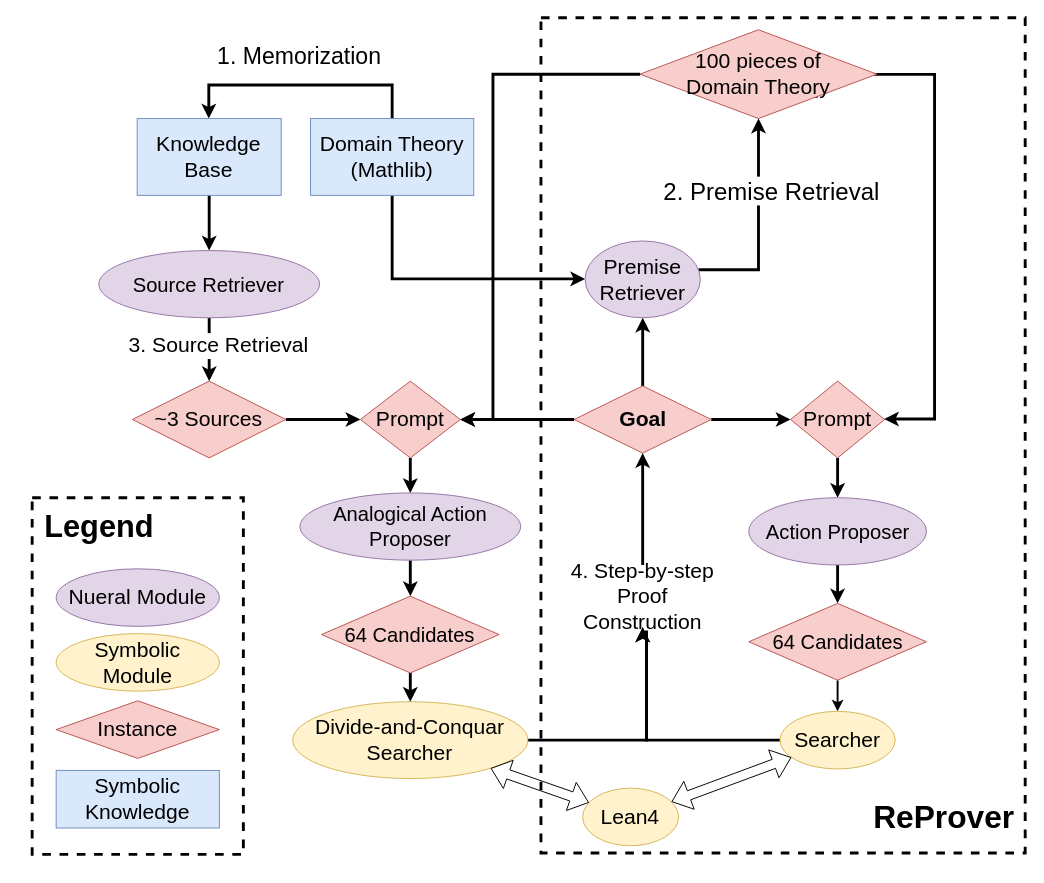
Earlier version of the draw.io diagram figs/analogyTP.drawio (zoryzhang/Slides). Source tidied: cells renumbered, new cells numbered last; positions are measured from the earlier drawing's top-left corner, leaving out a move shared by most shapes. Both pictures are drawn from the tidied source at 96%, with x=0, y=0 at pixel (32, 17).
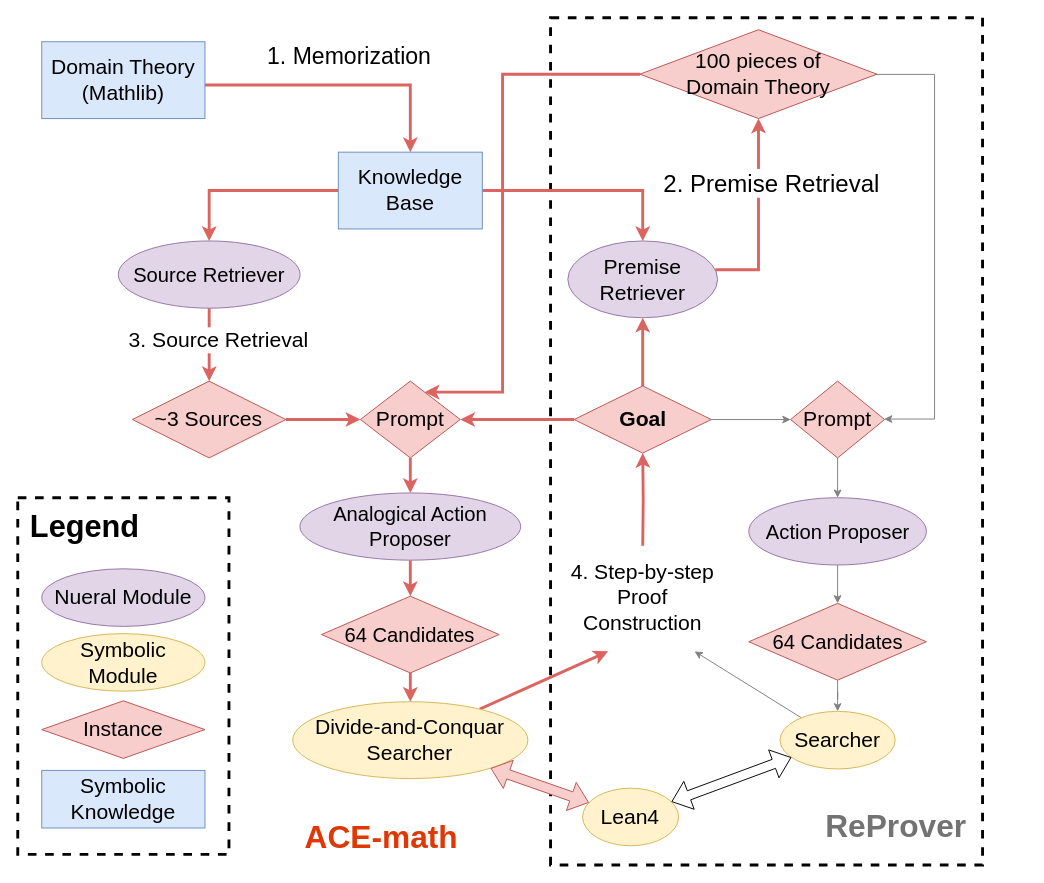
After the change.

The change refers to these unchanged cells:
```xml
<mxCell id="16" value="&lt;font style=&quot;font-size: 22px;&quot;&gt;&lt;b style=&quot;font-size: 22px;&quot;&gt;Goal&lt;/b&gt;&lt;/font&gt;" style="rhombus;whiteSpace=wrap;html=1;fontStyle=0;fillColor=#f8cecc;strokeColor=#b85450;fontSize=22;" parent="1" vertex="1">
  <mxGeometry x="564.5" y="383.5" width="142.9" height="70" as="geometry" />
</mxCell>
<mxCell id="21" value="Prompt" style="rhombus;whiteSpace=wrap;html=1;fillColor=#f8cecc;strokeColor=#b85450;fontSize=22;" parent="1" vertex="1">
  <mxGeometry x="790" y="378.5" width="98" height="80" as="geometry" />
</mxCell>
<mxCell id="23" value="Action Proposer" style="ellipse;whiteSpace=wrap;html=1;fillColor=#e1d5e7;strokeColor=#9673a6;fontSize=21;" parent="1" vertex="1">
  <mxGeometry x="746.5" y="500" width="185" height="70" as="geometry" />
</mxCell>
<mxCell id="25" value="64 Candidates" style="rhombus;whiteSpace=wrap;html=1;fillColor=#f8cecc;strokeColor=#b85450;fontSize=21;" parent="1" vertex="1">
  <mxGeometry x="746.5" y="610" width="185" height="80" as="geometry" />
</mxCell>
<mxCell id="27" value="Searcher" style="ellipse;whiteSpace=wrap;html=1;fillColor=#fff2cc;strokeColor=#d6b656;fontSize=22;" parent="1" vertex="1">
  <mxGeometry x="779" y="722.5" width="120" height="60" as="geometry" />
</mxCell>
<mxCell id="28" value="Lean4" style="ellipse;whiteSpace=wrap;html=1;fillColor=#fff2cc;strokeColor=#d6b656;fontSize=22;" parent="1" vertex="1">
  <mxGeometry x="573.4" y="802.5" width="100" height="60" as="geometry" />
</mxCell>
<mxCell id="32" value="100 pieces of &lt;br&gt;Domain Theory" style="rhombus;whiteSpace=wrap;html=1;fillColor=#f8cecc;strokeColor=#b85450;fontSize=22;" parent="1" vertex="1">
  <mxGeometry x="633.1" y="12.5" width="246.9" height="92.5" as="geometry" />
</mxCell>
<mxCell id="36" value="~3 Sources" style="rhombus;whiteSpace=wrap;html=1;fillColor=#f8cecc;strokeColor=#b85450;fontSize=22;" parent="1" vertex="1">
  <mxGeometry x="104.4" y="378.5" width="159.9" height="80" as="geometry" />
</mxCell>
<mxCell id="42" value="Analogical Action Proposer" style="ellipse;whiteSpace=wrap;html=1;fillColor=#e1d5e7;strokeColor=#9673a6;fontSize=21;" parent="1" vertex="1">
  <mxGeometry x="278.9" y="495" width="230" height="70" as="geometry" />
</mxCell>
<mxCell id="44" value="Prompt" style="rhombus;whiteSpace=wrap;html=1;fillColor=#f8cecc;strokeColor=#b85450;fontSize=22;" parent="1" vertex="1">
  <mxGeometry x="341.9" y="378.5" width="104" height="80" as="geometry" />
</mxCell>
<mxCell id="46" value="Divide-and-Conquar Searcher" style="ellipse;whiteSpace=wrap;html=1;fillColor=#fff2cc;strokeColor=#d6b656;fontSize=22;" parent="1" vertex="1">
  <mxGeometry x="271.4" y="712.5" width="245" height="80" as="geometry" />
</mxCell>
<mxCell id="48" value="64 Candidates" style="rhombus;whiteSpace=wrap;html=1;fillColor=#f8cecc;strokeColor=#b85450;fontSize=21;" parent="1" vertex="1">
  <mxGeometry x="301.4" y="602.5" width="185" height="80" as="geometry" />
</mxCell>
```

The edit, as a diff of the source:
```diff
@@
+    <mxCell id="3" style="rounded=0;whiteSpace=wrap;html=1;dashed=1;fillColor=none;strokeWidth=3;fontSize=22;" parent="1" vertex="1">
+      <mxGeometry x="540" width="450" height="882.5" as="geometry" />
+    </mxCell>
     <mxCell id="2" style="rounded=0;whiteSpace=wrap;html=1;dashed=1;fillColor=none;strokeWidth=3;fontSize=21;" parent="1" vertex="1">
-      <mxGeometry y="500" width="220" height="371.5" as="geometry" />
+      <mxGeometry x="-15" y="500" width="220" height="371.5" as="geometry" />
     </mxCell>
-    <mxCell id="3" style="rounded=0;whiteSpace=wrap;html=1;dashed=1;fillColor=none;strokeWidth=3;fontSize=22;" parent="1" vertex="1">
-      <mxGeometry x="530" width="504.4" height="870" as="geometry" />
-    </mxCell>
-    <mxCell id="4" style="edgeStyle=orthogonalEdgeStyle;rounded=0;jettySize=auto;html=1;strokeWidth=3;" parent="1" edge="1" source="7" target="12">
-      <mxGeometry relative="1" as="geometry">
-        <Array as="points">
-          <mxPoint x="375" y="272" />
-        </Array>
-      </mxGeometry>
-    </mxCell>
-    <mxCell id="5" style="edgeStyle=orthogonalEdgeStyle;rounded=0;jettySize=auto;html=1;strokeWidth=3;" parent="1" edge="1" source="7" target="40">
+    <mxCell id="5" style="edgeStyle=orthogonalEdgeStyle;rounded=0;jettySize=auto;html=1;strokeWidth=3;fillColor=#f8cecc;strokeColor=#DB6460;" parent="1" edge="1" source="7" target="40">
       <mxGeometry relative="1" as="geometry">
         <Array as="points">
           <mxPoint x="375" y="70" />
           <mxPoint x="184" y="70" />
         </Array>
       </mxGeometry>
     </mxCell>
     <mxCell id="6" value="&lt;font style=&quot;font-size: 24px;&quot;&gt;1. Memorization&lt;/font&gt;" style="edgeLabel;html=1;align=center;verticalAlign=middle;" parent="5" vertex="1">
       <mxGeometry x="-0.21" y="-2" relative="1" as="geometry">
-        <mxPoint x="-30" y="-28" as="offset" />
+        <mxPoint x="37" y="-32" as="offset" />
       </mxGeometry>
     </mxCell>
     <mxCell id="7" value="Domain Theory (Mathlib)" style="rounded=0;whiteSpace=wrap;html=1;fillColor=#dae8fc;strokeColor=#6c8ebf;fontSize=22;" parent="1" vertex="1">
-      <mxGeometry x="290" y="105" width="170" height="80" as="geometry" />
+      <mxGeometry x="10" y="25" width="170" height="80" as="geometry" />
     </mxCell>
-    <mxCell id="8" style="edgeStyle=orthogonalEdgeStyle;rounded=0;jettySize=auto;html=1;fontSize=22;strokeWidth=3;" parent="1" edge="1" source="50" target="36">
+    <mxCell id="8" style="edgeStyle=orthogonalEdgeStyle;rounded=0;jettySize=auto;html=1;fontSize=22;strokeWidth=3;fillColor=#f8cecc;strokeColor=#DB6460;" parent="1" edge="1" source="50" target="36">
       <mxGeometry relative="1" as="geometry" />
     </mxCell>
@@
-    <mxCell id="10" style="edgeStyle=orthogonalEdgeStyle;rounded=0;jettySize=auto;html=1;fontSize=22;strokeWidth=3;" parent="1" edge="1" source="12" target="32">
+    <mxCell id="10" style="edgeStyle=orthogonalEdgeStyle;rounded=0;jettySize=auto;html=1;fontSize=22;strokeWidth=3;fillColor=#f8cecc;strokeColor=#DB6460;" parent="1" edge="1" source="12" target="32">
       <mxGeometry relative="1" as="geometry">
         <Array as="points">
           <mxPoint x="630" y="262.5" />
           <mxPoint x="630" y="262.5" />
         </Array>
       </mxGeometry>
     </mxCell>
@@
     <mxCell id="12" value="Premise Retriever" style="ellipse;whiteSpace=wrap;html=1;fillColor=#e1d5e7;strokeColor=#9673a6;fontSize=22;" parent="1" vertex="1">
-      <mxGeometry x="576" y="232.5" width="120" height="80" as="geometry" />
+      <mxGeometry x="558" y="232.5" width="156" height="80" as="geometry" />
     </mxCell>
-    <mxCell id="13" style="edgeStyle=orthogonalEdgeStyle;rounded=0;jettySize=auto;html=1;exitX=0.5;exitY=0;exitDx=0;exitDy=0;entryX=0.5;entryY=1;entryDx=0;entryDy=0;fontSize=22;strokeWidth=3;" parent="1" edge="1" source="16" target="12">
+    <mxCell id="13" style="edgeStyle=orthogonalEdgeStyle;rounded=0;jettySize=auto;html=1;exitX=0.5;exitY=0;exitDx=0;exitDy=0;entryX=0.5;entryY=1;entryDx=0;entryDy=0;fontSize=22;strokeWidth=3;fillColor=#f8cecc;strokeColor=#DB6460;" parent="1" edge="1" source="16" target="12">
       <mxGeometry relative="1" as="geometry" />
     </mxCell>
-    <mxCell id="14" style="edgeStyle=orthogonalEdgeStyle;rounded=0;jettySize=auto;html=1;strokeWidth=3;" parent="1" edge="1" source="16" target="21">
+    <mxCell id="14" style="edgeStyle=orthogonalEdgeStyle;rounded=0;jettySize=auto;html=1;strokeWidth=1;strokeColor=#808080;" parent="1" edge="1" source="16" target="21">
       <mxGeometry relative="1" as="geometry" />
     </mxCell>
-    <mxCell id="15" style="edgeStyle=orthogonalEdgeStyle;rounded=0;jettySize=auto;html=1;strokeWidth=3;" parent="1" edge="1" source="16" target="44">
+    <mxCell id="15" style="edgeStyle=orthogonalEdgeStyle;rounded=0;jettySize=auto;html=1;strokeWidth=3;fillColor=#f8cecc;strokeColor=#DB6460;" parent="1" edge="1" source="16" target="44">
       <mxGeometry relative="1" as="geometry" />
     </mxCell>
@@
     <mxCell id="17" value="Symbolic&lt;br style=&quot;font-size: 22px;&quot;&gt;Module" style="ellipse;whiteSpace=wrap;html=1;fillColor=#fff2cc;strokeColor=#d6b656;fontSize=22;" parent="1" vertex="1">
-      <mxGeometry x="25" y="641.5" width="170" height="60" as="geometry" />
+      <mxGeometry x="10" y="641.5" width="170" height="60" as="geometry" />
     </mxCell>
     <mxCell id="18" value="Instance" style="rhombus;whiteSpace=wrap;html=1;fillColor=#f8cecc;strokeColor=#b85450;fontSize=22;" parent="1" vertex="1">
-      <mxGeometry x="25" y="711.5" width="170" height="60" as="geometry" />
+      <mxGeometry x="10" y="711.5" width="170" height="60" as="geometry" />
     </mxCell>
     <mxCell id="19" value="Symbolic Knowledge" style="rounded=0;whiteSpace=wrap;html=1;fillColor=#dae8fc;strokeColor=#6c8ebf;fontSize=22;" parent="1" vertex="1">
-      <mxGeometry x="25" y="784" width="170" height="60" as="geometry" />
+      <mxGeometry x="10" y="784" width="170" height="60" as="geometry" />
     </mxCell>
-    <mxCell id="20" style="edgeStyle=orthogonalEdgeStyle;rounded=0;jettySize=auto;html=1;fontSize=22;strokeWidth=3;" parent="1" edge="1" source="21" target="23">
+    <mxCell id="20" style="edgeStyle=orthogonalEdgeStyle;rounded=0;jettySize=auto;html=1;fontSize=22;strokeWidth=1;strokeColor=#808080;" parent="1" edge="1" source="21" target="23">
       <mxGeometry relative="1" as="geometry" />
     </mxCell>
@@
-    <mxCell id="22" style="edgeStyle=orthogonalEdgeStyle;rounded=0;jettySize=auto;html=1;fontSize=22;strokeWidth=3;" parent="1" edge="1" source="23" target="25">
+    <mxCell id="22" style="edgeStyle=orthogonalEdgeStyle;rounded=0;jettySize=auto;html=1;fontSize=22;strokeWidth=1;strokeColor=#808080;" parent="1" edge="1" source="23" target="25">
       <mxGeometry relative="1" as="geometry" />
     </mxCell>
@@
-    <mxCell id="24" style="edgeStyle=orthogonalEdgeStyle;rounded=0;jettySize=auto;html=1;fontSize=22;strokeWidth=2;" parent="1" edge="1" source="25" target="27">
+    <mxCell id="24" style="edgeStyle=orthogonalEdgeStyle;rounded=0;jettySize=auto;html=1;fontSize=22;strokeWidth=1;strokeColor=#808080;" parent="1" edge="1" source="25" target="27">
       <mxGeometry relative="1" as="geometry" />
     </mxCell>
@@
-    <mxCell id="26" style="edgeStyle=orthogonalEdgeStyle;rounded=0;jettySize=auto;html=1;strokeWidth=3;" parent="1" edge="1" source="27" target="34">
+    <mxCell id="26" style="rounded=0;jettySize=auto;html=1;strokeWidth=1;strokeColor=#808080;" parent="1" edge="1" source="27">
       <mxGeometry relative="1" as="geometry">
-        <Array as="points">
-          <mxPoint x="640" y="753" />
-          <mxPoint x="640" y="640" />
-          <mxPoint x="636" y="640" />
-        </Array>
+        <mxPoint x="690" y="660" as="targetPoint" />
       </mxGeometry>
     </mxCell>
@@
-    <mxCell id="30" style="edgeStyle=orthogonalEdgeStyle;rounded=0;jettySize=auto;html=1;strokeWidth=3;" parent="1" edge="1" source="32" target="44">
+    <mxCell id="30" style="edgeStyle=orthogonalEdgeStyle;rounded=0;jettySize=auto;html=1;strokeWidth=3;fillColor=#f8cecc;strokeColor=#DB6460;" parent="1" edge="1" source="32" target="44">
       <mxGeometry relative="1" as="geometry">
         <Array as="points">
-          <mxPoint x="480" y="58.5" />
-          <mxPoint x="480" y="418.5" />
+          <mxPoint x="490" y="59" />
+          <mxPoint x="490" y="390" />
         </Array>
       </mxGeometry>
     </mxCell>
-    <mxCell id="31" style="edgeStyle=orthogonalEdgeStyle;rounded=0;jettySize=auto;html=1;exitX=1;exitY=1;exitDx=0;exitDy=0;strokeWidth=3;" parent="1" edge="1" source="32" target="21">
+    <mxCell id="31" style="edgeStyle=orthogonalEdgeStyle;rounded=0;jettySize=auto;html=1;exitX=1;exitY=1;exitDx=0;exitDy=0;strokeWidth=1;strokeColor=#808080;" parent="1" edge="1" source="32" target="21">
       <mxGeometry relative="1" as="geometry">
         <Array as="points">
           <mxPoint x="735" y="59" />
           <mxPoint x="940" y="59" />
           <mxPoint x="940" y="418" />
         </Array>
       </mxGeometry>
     </mxCell>
@@
-    <mxCell id="33" style="edgeStyle=orthogonalEdgeStyle;rounded=0;jettySize=auto;html=1;fontSize=11;strokeWidth=3;" parent="1" edge="1" source="34" target="16">
-      <mxGeometry relative="1" as="geometry" />
+    <mxCell id="33" style="edgeStyle=orthogonalEdgeStyle;rounded=0;jettySize=auto;html=1;fontSize=11;strokeWidth=3;fillColor=#f8cecc;strokeColor=#DB6460;" parent="1" edge="1" target="16">
+      <mxGeometry relative="1" as="geometry">
+        <mxPoint x="636" y="550" as="sourcePoint" />
+      </mxGeometry>
     </mxCell>
-    <mxCell id="34" value="&lt;font style=&quot;font-size: 22px;&quot;&gt;4. Step-by-step Proof&lt;br style=&quot;font-size: 22px;&quot;&gt;Construction&lt;/font&gt;" style="text;html=1;strokeColor=none;fillColor=none;align=center;verticalAlign=middle;whiteSpace=wrap;rounded=0;fontSize=22;" parent="1" vertex="1">
-      <mxGeometry x="552" y="570" width="167.9" height="65" as="geometry" />
+    <mxCell id="34" value="&lt;font style=&quot;font-size: 22px;&quot;&gt;4. Step-by-step Proof&lt;br style=&quot;font-size: 22px;&quot;&gt;Construction&lt;/font&gt;" style="text;html=1;strokeColor=none;fillColor=none;align=center;verticalAlign=middle;whiteSpace=wrap;rounded=0;fontSize=22;shadow=0;" parent="1" vertex="1">
+      <mxGeometry x="552" y="571.5" width="167.9" height="65" as="geometry" />
     </mxCell>
-    <mxCell id="35" style="edgeStyle=orthogonalEdgeStyle;rounded=0;jettySize=auto;html=1;strokeWidth=3;" parent="1" edge="1" source="36" target="44">
+    <mxCell id="35" style="edgeStyle=orthogonalEdgeStyle;rounded=0;jettySize=auto;html=1;strokeWidth=3;fillColor=#f8cecc;strokeColor=#DB6460;" parent="1" edge="1" source="36" target="44">
       <mxGeometry relative="1" as="geometry" />
     </mxCell>
@@
-    <mxCell id="37" value="&lt;font style=&quot;font-size: 33px;&quot;&gt;ReProver&lt;/font&gt;" style="text;html=1;strokeColor=none;fillColor=none;align=center;verticalAlign=middle;whiteSpace=wrap;rounded=0;fontStyle=1;fontSize=33;" parent="1" vertex="1">
-      <mxGeometry x="880" y="802.5" width="140" height="60" as="geometry" />
+    <mxCell id="37" value="&lt;font style=&quot;font-size: 33px;&quot;&gt;ReProver&lt;/font&gt;" style="text;html=1;strokeColor=none;fillColor=none;align=center;verticalAlign=middle;whiteSpace=wrap;rounded=0;fontStyle=1;fontSize=33;fontColor=#737373;" parent="1" vertex="1">
+      <mxGeometry x="830" y="811.5" width="140" height="60" as="geometry" />
     </mxCell>
     <mxCell id="38" value="Nueral Module" style="ellipse;whiteSpace=wrap;html=1;fillColor=#e1d5e7;strokeColor=#9673a6;fontSize=22;" parent="1" vertex="1">
-      <mxGeometry x="25" y="574" width="170" height="60" as="geometry" />
+      <mxGeometry x="10" y="574" width="170" height="60" as="geometry" />
     </mxCell>
-    <mxCell id="39" style="edgeStyle=orthogonalEdgeStyle;rounded=0;jettySize=auto;html=1;strokeWidth=3;" parent="1" edge="1" source="40" target="50">
+    <mxCell id="39" style="edgeStyle=orthogonalEdgeStyle;rounded=0;jettySize=auto;html=1;strokeWidth=3;fillColor=#f8cecc;strokeColor=#DB6460;" parent="1" edge="1" source="40" target="50">
       <mxGeometry relative="1" as="geometry" />
     </mxCell>
+    <mxCell id="52" style="edgeStyle=orthogonalEdgeStyle;rounded=0;jettySize=auto;html=1;strokeWidth=3;fillColor=#f8cecc;strokeColor=#DB6460;" parent="1" edge="1" source="40" target="12">
+      <mxGeometry relative="1" as="geometry" />
+    </mxCell>
     <mxCell id="40" value="Knowledge Base" style="rounded=0;whiteSpace=wrap;html=1;fillColor=#dae8fc;strokeColor=#6c8ebf;fontSize=22;" parent="1" vertex="1">
-      <mxGeometry x="109.4" y="105" width="150" height="80" as="geometry" />
+      <mxGeometry x="318.9" y="140" width="150" height="80" as="geometry" />
     </mxCell>
-    <mxCell id="41" style="edgeStyle=orthogonalEdgeStyle;rounded=0;jettySize=auto;html=1;exitX=0.5;exitY=1;exitDx=0;exitDy=0;strokeWidth=3;" parent="1" edge="1" source="42" target="48">
+    <mxCell id="41" style="edgeStyle=orthogonalEdgeStyle;rounded=0;jettySize=auto;html=1;exitX=0.5;exitY=1;exitDx=0;exitDy=0;strokeWidth=3;fillColor=#f8cecc;strokeColor=#DB6460;" parent="1" edge="1" source="42" target="48">
       <mxGeometry relative="1" as="geometry" />
     </mxCell>
@@
-    <mxCell id="43" style="edgeStyle=orthogonalEdgeStyle;rounded=0;jettySize=auto;html=1;strokeWidth=3;" parent="1" edge="1" source="44" target="42">
+    <mxCell id="43" style="edgeStyle=orthogonalEdgeStyle;rounded=0;jettySize=auto;html=1;strokeWidth=3;fillColor=#f8cecc;strokeColor=#DB6460;" parent="1" edge="1" source="44" target="42">
       <mxGeometry relative="1" as="geometry" />
     </mxCell>
@@
-    <mxCell id="45" style="edgeStyle=orthogonalEdgeStyle;rounded=0;jettySize=auto;html=1;strokeWidth=3;" parent="1" edge="1" source="46" target="34">
+    <mxCell id="45" style="rounded=0;jettySize=auto;html=1;strokeWidth=3;fillColor=#f8cecc;strokeColor=#DB6460;" parent="1" edge="1" source="46">
       <mxGeometry relative="1" as="geometry">
-        <Array as="points">
-          <mxPoint x="640" y="753" />
-          <mxPoint x="640" y="640" />
-          <mxPoint x="636" y="640" />
-        </Array>
+        <mxPoint x="600" y="660" as="targetPoint" />
       </mxGeometry>
     </mxCell>
@@
-    <mxCell id="47" style="edgeStyle=orthogonalEdgeStyle;rounded=0;jettySize=auto;html=1;strokeWidth=3;" parent="1" edge="1" source="48" target="46">
+    <mxCell id="47" style="edgeStyle=orthogonalEdgeStyle;rounded=0;jettySize=auto;html=1;strokeWidth=3;fillColor=#f8cecc;strokeColor=#DB6460;" parent="1" edge="1" source="48" target="46">
       <mxGeometry relative="1" as="geometry" />
     </mxCell>
@@
-    <mxCell id="49" style="endArrow=classic;startArrow=classic;html=1;rounded=0;fontSize=22;shape=flexArrow;" parent="1" edge="1" source="28" target="46">
+    <mxCell id="49" style="endArrow=classic;startArrow=classic;html=1;rounded=0;fontSize=22;shape=flexArrow;fillColor=#f8cecc;strokeColor=#b85450;" parent="1" edge="1" source="28" target="46">
       <mxGeometry relative="1" as="geometry" />
     </mxCell>
     <mxCell id="50" value="Source Retriever" style="ellipse;whiteSpace=wrap;html=1;fillColor=#e1d5e7;strokeColor=#9673a6;fontSize=21;" parent="1" vertex="1">
-      <mxGeometry x="69.4" y="242.5" width="230" height="70" as="geometry" />
+      <mxGeometry x="89.7" y="232.5" width="189.4" height="70" as="geometry" />
     </mxCell>
     <mxCell id="51" value="&lt;font style=&quot;font-size: 32px;&quot;&gt;Legend&lt;/font&gt;" style="text;html=1;strokeColor=none;fillColor=none;align=center;verticalAlign=middle;whiteSpace=wrap;rounded=0;fontStyle=1;fontSize=32;" parent="1" vertex="1">
-      <mxGeometry y="500" width="140" height="60" as="geometry" />
+      <mxGeometry x="-15" y="500" width="140" height="60" as="geometry" />
     </mxCell>
+    <mxCell id="53" value="&lt;font style=&quot;font-size: 33px;&quot;&gt;ACE-math&lt;/font&gt;" style="text;html=1;strokeColor=none;fillColor=none;align=center;verticalAlign=middle;whiteSpace=wrap;rounded=0;fontStyle=1;fontSize=33;fontColor=#E03804;" parent="1" vertex="1">
+      <mxGeometry x="264.3" y="822.5" width="200" height="60" as="geometry" />
+    </mxCell>
```
